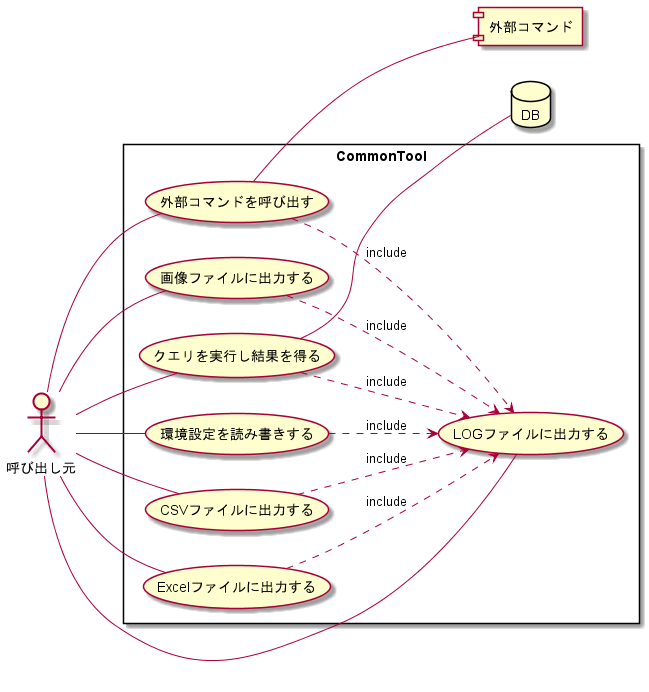
Above: doc/01_要件定義/img/ユースケース図.png in hirorich/CommonTool (PlantUML), before the change.
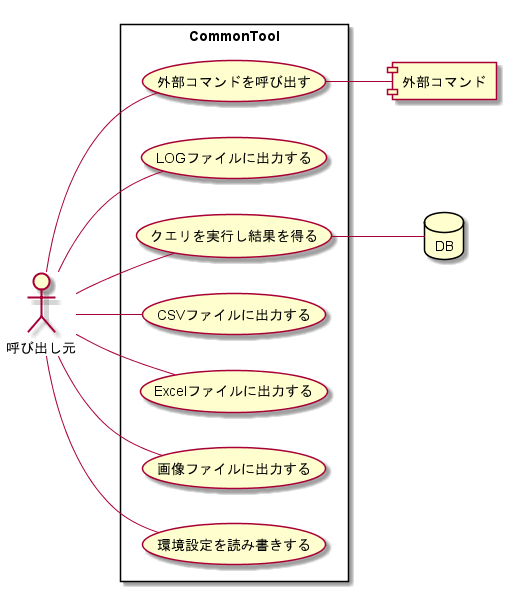
After the change.

Diff of the diagram source:
```diff
@@ -27,13 +27,6 @@
 呼び出し元 -- (IMAGE)
 呼び出し元 -- (環境設定)
 
-(外部コマンド実行) ..> (LOG) : include
-(DB操作) ..> (LOG) : include
-(CSV) ..> (LOG) : include
-(Excel) ..> (LOG) : include
-(IMAGE) ..> (LOG) : include
-(環境設定) ..> (LOG) : include
-
 (DB操作) -- DB
 (外部コマンド実行) -- 外部コマンド
 
```
